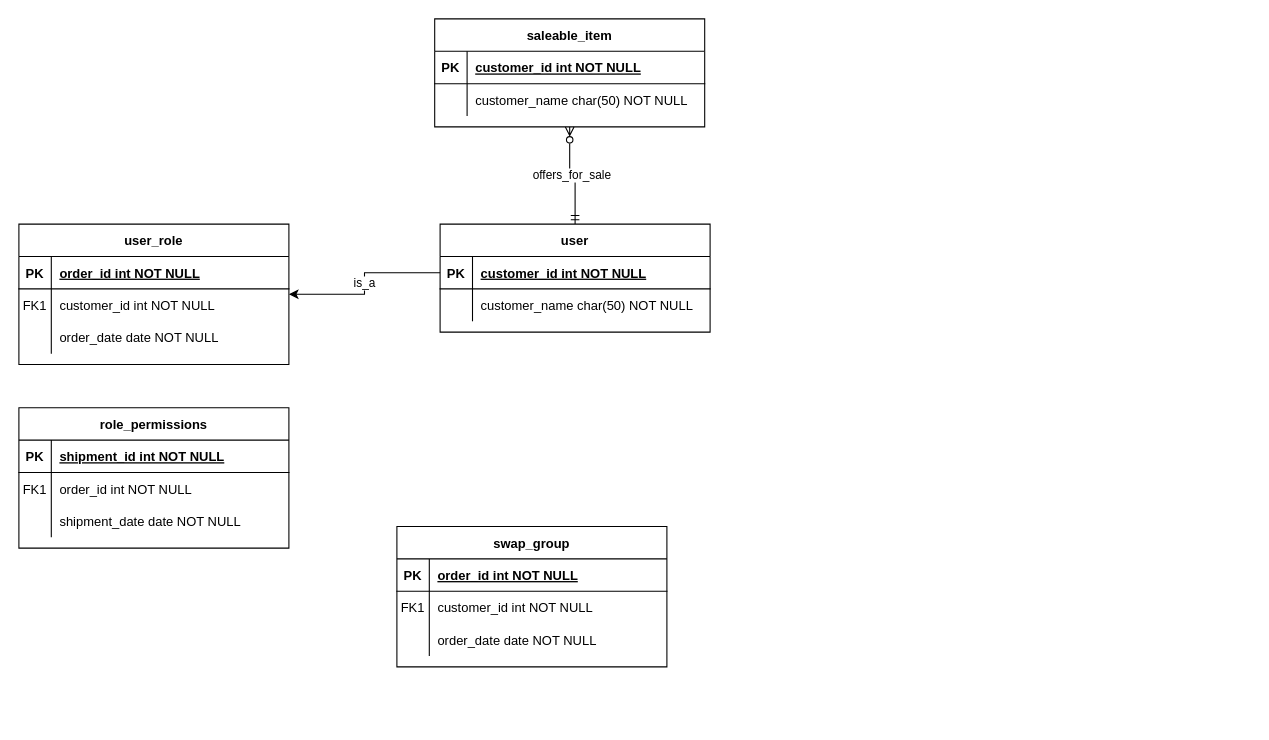
Above: ERD.drawio in DragoDan7786/CSC490SeniorProject (draw.io), before the change. Source tidied: cells renumbered, new cells numbered last; positions are measured from the earlier drawing's top-left corner, leaving out a move shared by most shapes. Both pictures are drawn from the tidied source at 108%, with x=0, y=0 at pixel (18, 18).
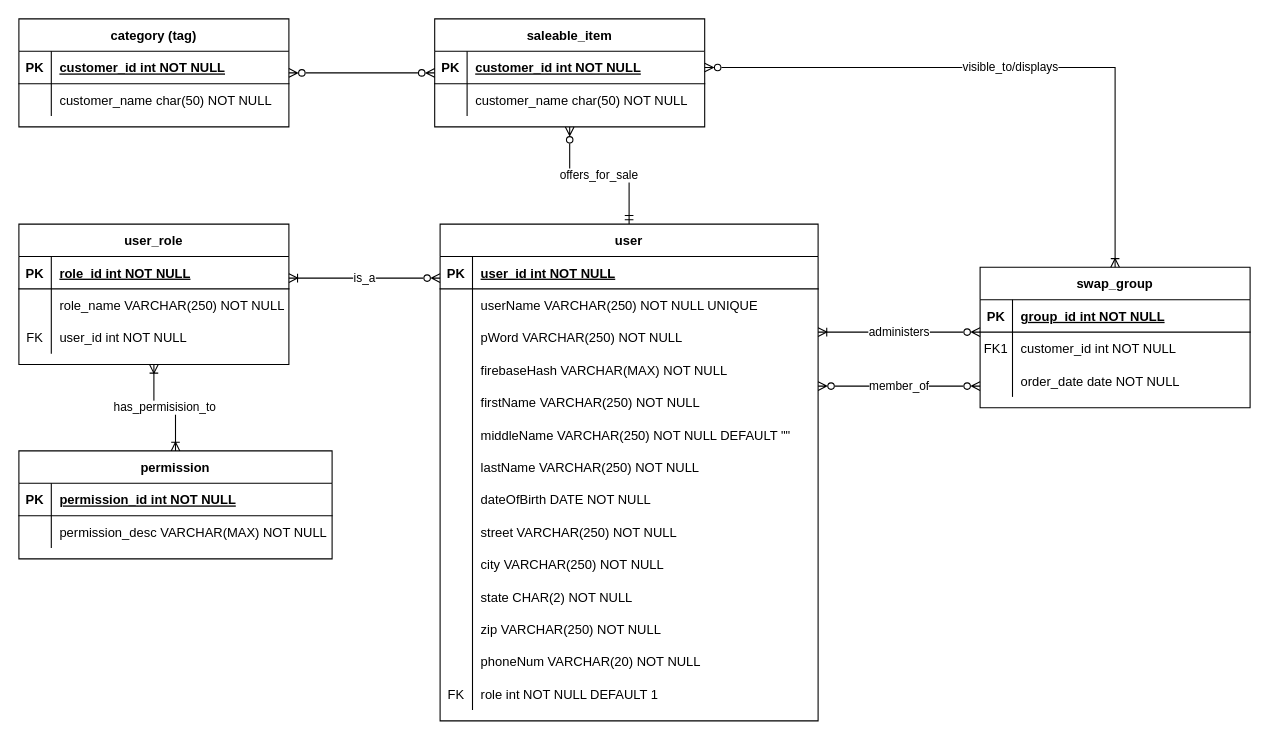
Above is the later version.

Commit message:
Updated draft ERD.

Unchanged cells that the change refers to:
```xml
<mxCell id="2" value="user_role" style="shape=table;startSize=30;childLayout=tableLayout;rowLines=0;fontStyle=1;align=center;" parent="1" vertex="1">
  <mxGeometry y="190" width="250" height="130" as="geometry" />
</mxCell>
<mxCell id="3" style="shape=partialRectangle;fillColor=none;top=0;left=0;right=0;bottom=1;" parent="2" vertex="1">
  <mxGeometry y="30" width="250" height="30" as="geometry" />
</mxCell>
<mxCell id="6" style="shape=partialRectangle;fillColor=none;top=0;left=0;right=0;bottom=0;" parent="2" vertex="1">
  <mxGeometry y="60" width="250" height="30" as="geometry" />
</mxCell>
<mxCell id="9" style="shape=partialRectangle;fillColor=none;top=0;left=0;right=0;bottom=0;" parent="2" vertex="1">
  <mxGeometry y="90" width="250" height="30" as="geometry" />
</mxCell>
<mxCell id="29" value="saleable_item" style="shape=table;startSize=30;childLayout=tableLayout;rowLines=0;fontStyle=1;align=center;" parent="1" vertex="1">
  <mxGeometry x="385" width="250" height="100" as="geometry" />
</mxCell>
<mxCell id="30" style="shape=partialRectangle;fillColor=none;points=[[0,0.5],[1,0.5]];portConstraint=eastwest;top=0;left=0;right=0;bottom=1;" parent="29" vertex="1">
  <mxGeometry y="30" width="250" height="30" as="geometry" />
</mxCell>
<mxCell id="37" style="shape=partialRectangle;fillColor=none;top=0;left=0;right=0;bottom=1;" parent="36" vertex="1">
  <mxGeometry y="30" width="250" height="30" as="geometry" />
</mxCell>
```

The edit, as a diff of the source:
```diff
@@
+    <mxCell id="48" value="has_permisision_to" style="edgeStyle=orthogonalEdgeStyle;rounded=0;jettySize=auto;html=1;endArrow=ERoneToMany;endFill=0;startArrow=ERoneToMany;startFill=0;" parent="1" edge="1" source="2" target="12">
+      <mxGeometry relative="1" as="geometry" />
+    </mxCell>
@@
-    <mxCell id="5" value="order_id int NOT NULL " style="shape=partialRectangle;overflow=hidden;fillColor=none;top=0;left=0;bottom=0;right=0;align=left;spacingLeft=6;fontStyle=5;" parent="3" vertex="1">
+    <mxCell id="5" value="role_id int NOT NULL " style="shape=partialRectangle;overflow=hidden;fillColor=none;top=0;left=0;bottom=0;right=0;align=left;spacingLeft=6;fontStyle=5;" parent="3" vertex="1">
       <mxGeometry x="30" width="220" height="30" as="geometry" />
     </mxCell>
@@
-    <mxCell id="7" value="FK1" style="shape=partialRectangle;overflow=hidden;fillColor=none;top=0;left=0;bottom=0;right=0;" parent="6" vertex="1">
+    <mxCell id="7" style="shape=partialRectangle;overflow=hidden;fillColor=none;top=0;left=0;bottom=0;right=0;" parent="6" vertex="1">
       <mxGeometry width="30" height="30" as="geometry" />
     </mxCell>
-    <mxCell id="8" value="customer_id int NOT NULL" style="shape=partialRectangle;overflow=hidden;fillColor=none;top=0;left=0;bottom=0;right=0;align=left;spacingLeft=6;" parent="6" vertex="1">
+    <mxCell id="8" value="role_name VARCHAR(250) NOT NULL" style="shape=partialRectangle;overflow=hidden;fillColor=none;top=0;left=0;bottom=0;right=0;align=left;spacingLeft=6;" parent="6" vertex="1">
       <mxGeometry x="30" width="220" height="30" as="geometry" />
     </mxCell>
@@
-    <mxCell id="10" style="shape=partialRectangle;overflow=hidden;fillColor=none;top=0;left=0;bottom=0;right=0;" parent="9" vertex="1">
+    <mxCell id="10" value="FK" style="shape=partialRectangle;overflow=hidden;fillColor=none;top=0;left=0;bottom=0;right=0;" parent="9" vertex="1">
       <mxGeometry width="30" height="30" as="geometry" />
     </mxCell>
-    <mxCell id="11" value="order_date date NOT NULL" style="shape=partialRectangle;overflow=hidden;fillColor=none;top=0;left=0;bottom=0;right=0;align=left;spacingLeft=6;" parent="9" vertex="1">
+    <mxCell id="11" value="user_id int NOT NULL" style="shape=partialRectangle;overflow=hidden;fillColor=none;top=0;left=0;bottom=0;right=0;align=left;spacingLeft=6;" parent="9" vertex="1">
       <mxGeometry x="30" width="220" height="30" as="geometry" />
     </mxCell>
-    <mxCell id="12" value="role_permissions" style="shape=table;startSize=30;childLayout=tableLayout;rowLines=0;fontStyle=1;align=center;" parent="1" vertex="1">
-      <mxGeometry y="360" width="250" height="130" as="geometry" />
+    <mxCell id="12" value="permission" style="shape=table;startSize=30;childLayout=tableLayout;rowLines=0;fontStyle=1;align=center;" parent="1" vertex="1">
+      <mxGeometry y="400" width="290" height="100" as="geometry" />
     </mxCell>
-    <mxCell id="13" style="shape=partialRectangle;fillColor=none;top=0;left=0;right=0;bottom=1;" parent="12" vertex="1">
-      <mxGeometry y="30" width="250" height="30" as="geometry" />
-    </mxCell>
-    <mxCell id="14" value="PK" style="shape=partialRectangle;overflow=hidden;fillColor=none;top=0;left=0;bottom=0;right=0;fontStyle=1;" parent="13" vertex="1">
-      <mxGeometry width="30" height="30" as="geometry" />
-    </mxCell>
-    <mxCell id="15" value="shipment_id int NOT NULL " style="shape=partialRectangle;overflow=hidden;fillColor=none;top=0;left=0;bottom=0;right=0;align=left;spacingLeft=6;fontStyle=5;" parent="13" vertex="1">
-      <mxGeometry x="30" width="220" height="30" as="geometry" />
-    </mxCell>
+    <mxCell id="49" style="shape=partialRectangle;fillColor=none;top=0;left=0;right=0;bottom=1;" parent="12" vertex="1">
+      <mxGeometry y="30" width="290" height="30" as="geometry" />
+    </mxCell>
+    <mxCell id="50" value="PK" style="shape=partialRectangle;overflow=hidden;fillColor=none;top=0;left=0;bottom=0;right=0;fontStyle=1;" parent="49" vertex="1">
+      <mxGeometry width="30" height="30" as="geometry" />
+    </mxCell>
+    <mxCell id="51" value="permission_id int NOT NULL " style="shape=partialRectangle;overflow=hidden;fillColor=none;top=0;left=0;bottom=0;right=0;align=left;spacingLeft=6;fontStyle=5;" parent="49" vertex="1">
+      <mxGeometry x="30" width="260" height="30" as="geometry" />
+    </mxCell>
     <mxCell id="16" style="shape=partialRectangle;fillColor=none;top=0;left=0;right=0;bottom=0;" parent="12" vertex="1">
-      <mxGeometry y="60" width="250" height="30" as="geometry" />
+      <mxGeometry y="60" width="290" height="30" as="geometry" />
     </mxCell>
-    <mxCell id="17" value="FK1" style="shape=partialRectangle;overflow=hidden;fillColor=none;top=0;left=0;bottom=0;right=0;" parent="16" vertex="1">
+    <mxCell id="17" style="shape=partialRectangle;overflow=hidden;fillColor=none;top=0;left=0;bottom=0;right=0;" parent="16" vertex="1">
       <mxGeometry width="30" height="30" as="geometry" />
     </mxCell>
-    <mxCell id="18" value="order_id int NOT NULL" style="shape=partialRectangle;overflow=hidden;fillColor=none;top=0;left=0;bottom=0;right=0;align=left;spacingLeft=6;" parent="16" vertex="1">
-      <mxGeometry x="30" width="220" height="30" as="geometry" />
+    <mxCell id="18" value="permission_desc VARCHAR(MAX) NOT NULL" style="shape=partialRectangle;overflow=hidden;fillColor=none;top=0;left=0;bottom=0;right=0;align=left;spacingLeft=6;" parent="16" vertex="1">
+      <mxGeometry x="30" width="260" height="30" as="geometry" />
     </mxCell>
-    <mxCell id="19" style="shape=partialRectangle;fillColor=none;top=0;left=0;right=0;bottom=0;" parent="12" vertex="1">
-      <mxGeometry y="90" width="250" height="30" as="geometry" />
-    </mxCell>
-    <mxCell id="20" style="shape=partialRectangle;overflow=hidden;fillColor=none;top=0;left=0;bottom=0;right=0;" parent="19" vertex="1">
-      <mxGeometry width="30" height="30" as="geometry" />
-    </mxCell>
-    <mxCell id="21" value="shipment_date date NOT NULL" style="shape=partialRectangle;overflow=hidden;fillColor=none;top=0;left=0;bottom=0;right=0;align=left;spacingLeft=6;" parent="19" vertex="1">
-      <mxGeometry x="30" width="220" height="30" as="geometry" />
-    </mxCell>
+    <mxCell id="52" value="member_of" style="edgeStyle=orthogonalEdgeStyle;rounded=0;jettySize=auto;html=1;startArrow=ERzeroToMany;startFill=0;endArrow=ERzeroToMany;endFill=0;" parent="1" edge="1" source="22" target="36">
+      <mxGeometry relative="1" as="geometry">
+        <Array as="points">
+          <mxPoint x="820" y="340" />
+          <mxPoint x="820" y="340" />
+        </Array>
+      </mxGeometry>
+    </mxCell>
+    <mxCell id="53" value="administers" style="edgeStyle=orthogonalEdgeStyle;rounded=0;jettySize=auto;html=1;startArrow=ERoneToMany;startFill=0;endArrow=ERzeroToMany;endFill=0;" parent="1" edge="1" source="22" target="36">
+      <mxGeometry relative="1" as="geometry">
+        <Array as="points">
+          <mxPoint x="810" y="290" />
+          <mxPoint x="810" y="290" />
+        </Array>
+      </mxGeometry>
+    </mxCell>
     <mxCell id="22" value="user" style="shape=table;startSize=30;childLayout=tableLayout;rowLines=0;fontStyle=1;align=center;" parent="1" vertex="1">
-      <mxGeometry x="390" y="190" width="250" height="100" as="geometry" />
+      <mxGeometry x="390" y="190" width="350" height="460" as="geometry" />
     </mxCell>
     <mxCell id="23" style="shape=partialRectangle;fillColor=none;points=[[0,0.5],[1,0.5]];portConstraint=eastwest;top=0;left=0;right=0;bottom=1;" parent="22" vertex="1">
-      <mxGeometry y="30" width="250" height="30" as="geometry" />
+      <mxGeometry y="30" width="350" height="30" as="geometry" />
     </mxCell>
@@
-    <mxCell id="25" value="customer_id int NOT NULL " style="shape=partialRectangle;overflow=hidden;fillColor=none;top=0;left=0;bottom=0;right=0;align=left;spacingLeft=6;fontStyle=5;" parent="23" vertex="1">
-      <mxGeometry x="30" width="220" height="30" as="geometry" />
+    <mxCell id="25" value="user_id int NOT NULL " style="shape=partialRectangle;overflow=hidden;fillColor=none;top=0;left=0;bottom=0;right=0;align=left;spacingLeft=6;fontStyle=5;" parent="23" vertex="1">
+      <mxGeometry x="30" width="320" height="30" as="geometry" />
     </mxCell>
     <mxCell id="26" style="shape=partialRectangle;fillColor=none;top=0;left=0;right=0;bottom=0;" parent="22" vertex="1">
-      <mxGeometry y="60" width="250" height="30" as="geometry" />
+      <mxGeometry y="60" width="350" height="30" as="geometry" />
     </mxCell>
@@
-    <mxCell id="28" value="customer_name char(50) NOT NULL" style="shape=partialRectangle;overflow=hidden;fillColor=none;top=0;left=0;bottom=0;right=0;align=left;spacingLeft=6;" parent="26" vertex="1">
-      <mxGeometry x="30" width="220" height="30" as="geometry" />
+    <mxCell id="28" value="userName VARCHAR(250) NOT NULL UNIQUE" style="shape=partialRectangle;overflow=hidden;fillColor=none;top=0;left=0;bottom=0;right=0;align=left;spacingLeft=6;" parent="26" vertex="1">
+      <mxGeometry x="30" width="320" height="30" as="geometry" />
     </mxCell>
+    <mxCell id="54" style="shape=partialRectangle;fillColor=none;top=0;left=0;right=0;bottom=0;" parent="22" vertex="1">
+      <mxGeometry y="90" width="350" height="30" as="geometry" />
+    </mxCell>
+    <mxCell id="55" style="shape=partialRectangle;overflow=hidden;fillColor=none;top=0;left=0;bottom=0;right=0;" parent="54" vertex="1">
+      <mxGeometry width="30" height="30" as="geometry" />
+    </mxCell>
+    <mxCell id="56" value="pWord VARCHAR(250) NOT NULL" style="shape=partialRectangle;overflow=hidden;fillColor=none;top=0;left=0;bottom=0;right=0;align=left;spacingLeft=6;" parent="54" vertex="1">
+      <mxGeometry x="30" width="320" height="30" as="geometry" />
+    </mxCell>
+    <mxCell id="57" style="shape=partialRectangle;fillColor=none;top=0;left=0;right=0;bottom=0;" parent="22" vertex="1">
+      <mxGeometry y="120" width="350" height="30" as="geometry" />
+    </mxCell>
+    <mxCell id="58" style="shape=partialRectangle;overflow=hidden;fillColor=none;top=0;left=0;bottom=0;right=0;" parent="57" vertex="1">
+      <mxGeometry width="30" height="30" as="geometry" />
+    </mxCell>
+    <mxCell id="59" value="firebaseHash VARCHAR(MAX) NOT NULL" style="shape=partialRectangle;overflow=hidden;fillColor=none;top=0;left=0;bottom=0;right=0;align=left;spacingLeft=6;" parent="57" vertex="1">
+      <mxGeometry x="30" width="320" height="30" as="geometry" />
+    </mxCell>
+    <mxCell id="60" style="shape=partialRectangle;fillColor=none;top=0;left=0;right=0;bottom=0;" parent="22" vertex="1">
+      <mxGeometry y="150" width="350" height="30" as="geometry" />
+    </mxCell>
+    <mxCell id="61" style="shape=partialRectangle;overflow=hidden;fillColor=none;top=0;left=0;bottom=0;right=0;" parent="60" vertex="1">
+      <mxGeometry width="30" height="30" as="geometry" />
+    </mxCell>
+    <mxCell id="62" value="firstName VARCHAR(250) NOT NULL" style="shape=partialRectangle;overflow=hidden;fillColor=none;top=0;left=0;bottom=0;right=0;align=left;spacingLeft=6;" parent="60" vertex="1">
+      <mxGeometry x="30" width="320" height="30" as="geometry" />
+    </mxCell>
+    <mxCell id="63" style="shape=partialRectangle;fillColor=none;top=0;left=0;right=0;bottom=0;" parent="22" vertex="1">
+      <mxGeometry y="180" width="350" height="30" as="geometry" />
+    </mxCell>
+    <mxCell id="64" style="shape=partialRectangle;overflow=hidden;fillColor=none;top=0;left=0;bottom=0;right=0;" parent="63" vertex="1">
+      <mxGeometry width="30" height="30" as="geometry" />
+    </mxCell>
+    <mxCell id="65" value="middleName VARCHAR(250) NOT NULL DEFAULT &quot;&quot;" style="shape=partialRectangle;overflow=hidden;fillColor=none;top=0;left=0;bottom=0;right=0;align=left;spacingLeft=6;" parent="63" vertex="1">
+      <mxGeometry x="30" width="320" height="30" as="geometry" />
+    </mxCell>
+    <mxCell id="66" style="shape=partialRectangle;fillColor=none;top=0;left=0;right=0;bottom=0;" parent="22" vertex="1">
+      <mxGeometry y="210" width="350" height="30" as="geometry" />
+    </mxCell>
+    <mxCell id="67" style="shape=partialRectangle;overflow=hidden;fillColor=none;top=0;left=0;bottom=0;right=0;" parent="66" vertex="1">
+      <mxGeometry width="30" height="30" as="geometry" />
+    </mxCell>
+    <mxCell id="68" value="lastName VARCHAR(250) NOT NULL" style="shape=partialRectangle;overflow=hidden;fillColor=none;top=0;left=0;bottom=0;right=0;align=left;spacingLeft=6;" parent="66" vertex="1">
+      <mxGeometry x="30" width="320" height="30" as="geometry" />
+    </mxCell>
+    <mxCell id="69" style="shape=partialRectangle;fillColor=none;top=0;left=0;right=0;bottom=0;" parent="22" vertex="1">
+      <mxGeometry y="240" width="350" height="30" as="geometry" />
+    </mxCell>
+    <mxCell id="70" style="shape=partialRectangle;overflow=hidden;fillColor=none;top=0;left=0;bottom=0;right=0;" parent="69" vertex="1">
+      <mxGeometry width="30" height="30" as="geometry" />
+    </mxCell>
+    <mxCell id="71" value="dateOfBirth DATE NOT NULL" style="shape=partialRectangle;overflow=hidden;fillColor=none;top=0;left=0;bottom=0;right=0;align=left;spacingLeft=6;" parent="69" vertex="1">
+      <mxGeometry x="30" width="320" height="30" as="geometry" />
+    </mxCell>
+    <mxCell id="72" style="shape=partialRectangle;fillColor=none;top=0;left=0;right=0;bottom=0;" parent="22" vertex="1">
+      <mxGeometry y="270" width="350" height="30" as="geometry" />
+    </mxCell>
+    <mxCell id="73" style="shape=partialRectangle;overflow=hidden;fillColor=none;top=0;left=0;bottom=0;right=0;" parent="72" vertex="1">
+      <mxGeometry width="30" height="30" as="geometry" />
+    </mxCell>
+    <mxCell id="74" value="street VARCHAR(250) NOT NULL" style="shape=partialRectangle;overflow=hidden;fillColor=none;top=0;left=0;bottom=0;right=0;align=left;spacingLeft=6;" parent="72" vertex="1">
+      <mxGeometry x="30" width="320" height="30" as="geometry" />
+    </mxCell>
+    <mxCell id="75" style="shape=partialRectangle;fillColor=none;top=0;left=0;right=0;bottom=0;" parent="22" vertex="1">
+      <mxGeometry y="300" width="350" height="30" as="geometry" />
+    </mxCell>
+    <mxCell id="76" style="shape=partialRectangle;overflow=hidden;fillColor=none;top=0;left=0;bottom=0;right=0;" parent="75" vertex="1">
+      <mxGeometry width="30" height="30" as="geometry" />
+    </mxCell>
+    <mxCell id="77" value="city VARCHAR(250) NOT NULL" style="shape=partialRectangle;overflow=hidden;fillColor=none;top=0;left=0;bottom=0;right=0;align=left;spacingLeft=6;" parent="75" vertex="1">
+      <mxGeometry x="30" width="320" height="30" as="geometry" />
+    </mxCell>
+    <mxCell id="78" style="shape=partialRectangle;fillColor=none;top=0;left=0;right=0;bottom=0;" parent="22" vertex="1">
+      <mxGeometry y="330" width="350" height="30" as="geometry" />
+    </mxCell>
+    <mxCell id="79" style="shape=partialRectangle;overflow=hidden;fillColor=none;top=0;left=0;bottom=0;right=0;" parent="78" vertex="1">
+      <mxGeometry width="30" height="30" as="geometry" />
+    </mxCell>
+    <mxCell id="80" value="state CHAR(2) NOT NULL" style="shape=partialRectangle;overflow=hidden;fillColor=none;top=0;left=0;bottom=0;right=0;align=left;spacingLeft=6;" parent="78" vertex="1">
+      <mxGeometry x="30" width="320" height="30" as="geometry" />
+    </mxCell>
+    <mxCell id="81" style="shape=partialRectangle;fillColor=none;top=0;left=0;right=0;bottom=0;" parent="22" vertex="1">
+      <mxGeometry y="360" width="350" height="30" as="geometry" />
+    </mxCell>
+    <mxCell id="82" style="shape=partialRectangle;overflow=hidden;fillColor=none;top=0;left=0;bottom=0;right=0;" parent="81" vertex="1">
+      <mxGeometry width="30" height="30" as="geometry" />
+    </mxCell>
+    <mxCell id="83" value="zip VARCHAR(250) NOT NULL" style="shape=partialRectangle;overflow=hidden;fillColor=none;top=0;left=0;bottom=0;right=0;align=left;spacingLeft=6;" parent="81" vertex="1">
+      <mxGeometry x="30" width="320" height="30" as="geometry" />
+    </mxCell>
+    <mxCell id="84" style="shape=partialRectangle;fillColor=none;top=0;left=0;right=0;bottom=0;" parent="22" vertex="1">
+      <mxGeometry y="390" width="350" height="30" as="geometry" />
+    </mxCell>
+    <mxCell id="85" style="shape=partialRectangle;overflow=hidden;fillColor=none;top=0;left=0;bottom=0;right=0;" parent="84" vertex="1">
+      <mxGeometry width="30" height="30" as="geometry" />
+    </mxCell>
+    <mxCell id="86" value="phoneNum VARCHAR(20) NOT NULL" style="shape=partialRectangle;overflow=hidden;fillColor=none;top=0;left=0;bottom=0;right=0;align=left;spacingLeft=6;" parent="84" vertex="1">
+      <mxGeometry x="30" width="320" height="30" as="geometry" />
+    </mxCell>
+    <mxCell id="87" style="shape=partialRectangle;fillColor=none;top=0;left=0;right=0;bottom=0;" parent="22" vertex="1">
+      <mxGeometry y="420" width="350" height="30" as="geometry" />
+    </mxCell>
+    <mxCell id="88" value="FK" style="shape=partialRectangle;overflow=hidden;fillColor=none;top=0;left=0;bottom=0;right=0;" parent="87" vertex="1">
+      <mxGeometry width="30" height="30" as="geometry" />
+    </mxCell>
+    <mxCell id="89" value="role int NOT NULL DEFAULT 1" style="shape=partialRectangle;overflow=hidden;fillColor=none;top=0;left=0;bottom=0;right=0;align=left;spacingLeft=6;" parent="87" vertex="1">
+      <mxGeometry x="30" width="320" height="30" as="geometry" />
+    </mxCell>
+    <mxCell id="90" style="edgeStyle=orthogonalEdgeStyle;rounded=0;jettySize=auto;html=1;endArrow=ERzeroToMany;endFill=0;startArrow=ERzeroToMany;startFill=0;" parent="1" edge="1" source="29" target="91">
+      <mxGeometry relative="1" as="geometry" />
+    </mxCell>
@@
     <mxCell id="36" value="swap_group" style="shape=table;startSize=30;childLayout=tableLayout;rowLines=0;fontStyle=1;align=center;" parent="1" vertex="1">
-      <mxGeometry x="350" y="470" width="250" height="130" as="geometry" />
+      <mxGeometry x="890" y="230" width="250" height="130" as="geometry" />
     </mxCell>
@@
-    <mxCell id="39" value="order_id int NOT NULL " style="shape=partialRectangle;overflow=hidden;fillColor=none;top=0;left=0;bottom=0;right=0;align=left;spacingLeft=6;fontStyle=5;" parent="37" vertex="1">
+    <mxCell id="39" value="group_id int NOT NULL " style="shape=partialRectangle;overflow=hidden;fillColor=none;top=0;left=0;bottom=0;right=0;align=left;spacingLeft=6;fontStyle=5;" parent="37" vertex="1">
       <mxGeometry x="30" width="220" height="30" as="geometry" />
     </mxCell>
@@
-    <mxCell id="47" value="is_a" style="edgeStyle=orthogonalEdgeStyle;rounded=0;jettySize=auto;html=1;" parent="1" edge="1" source="23" target="2">
-      <mxGeometry relative="1" as="geometry" />
+    <mxCell id="47" value="is_a" style="edgeStyle=orthogonalEdgeStyle;rounded=0;jettySize=auto;html=1;endArrow=ERoneToMany;endFill=0;startArrow=ERzeroToMany;startFill=0;" parent="1" edge="1" source="22" target="2">
+      <mxGeometry relative="1" as="geometry">
+        <Array as="points">
+          <mxPoint x="330" y="240" />
+          <mxPoint x="330" y="240" />
+        </Array>
+      </mxGeometry>
     </mxCell>
+    <mxCell id="91" value="category (tag)" style="shape=table;startSize=30;childLayout=tableLayout;rowLines=0;fontStyle=1;align=center;" parent="1" vertex="1">
+      <mxGeometry width="250" height="100" as="geometry" />
+    </mxCell>
+    <mxCell id="13" style="shape=partialRectangle;fillColor=none;top=0;left=0;right=0;bottom=1;" parent="91" vertex="1">
+      <mxGeometry y="30" width="250" height="30" as="geometry" />
+    </mxCell>
+    <mxCell id="92" value="PK" style="shape=partialRectangle;overflow=hidden;fillColor=none;top=0;left=0;bottom=0;right=0;fontStyle=1;" parent="13" vertex="1">
+      <mxGeometry width="30" height="30" as="geometry" />
+    </mxCell>
+    <mxCell id="93" value="customer_id int NOT NULL " style="shape=partialRectangle;overflow=hidden;fillColor=none;top=0;left=0;bottom=0;right=0;align=left;spacingLeft=6;fontStyle=5;" parent="13" vertex="1">
+      <mxGeometry x="30" width="220" height="30" as="geometry" />
+    </mxCell>
+    <mxCell id="94" style="shape=partialRectangle;fillColor=none;top=0;left=0;right=0;bottom=0;" parent="91" vertex="1">
+      <mxGeometry y="60" width="250" height="30" as="geometry" />
+    </mxCell>
+    <mxCell id="95" style="shape=partialRectangle;overflow=hidden;fillColor=none;top=0;left=0;bottom=0;right=0;" parent="94" vertex="1">
+      <mxGeometry width="30" height="30" as="geometry" />
+    </mxCell>
+    <mxCell id="96" value="customer_name char(50) NOT NULL" style="shape=partialRectangle;overflow=hidden;fillColor=none;top=0;left=0;bottom=0;right=0;align=left;spacingLeft=6;" parent="94" vertex="1">
+      <mxGeometry x="30" width="220" height="30" as="geometry" />
+    </mxCell>
+    <mxCell id="97" value="visible_to/displays" style="edgeStyle=orthogonalEdgeStyle;rounded=0;jettySize=auto;html=1;endArrow=ERoneToMany;endFill=0;startArrow=ERzeroToMany;startFill=0;" parent="1" edge="1" source="30" target="36">
+      <mxGeometry relative="1" as="geometry" />
+    </mxCell>
```
